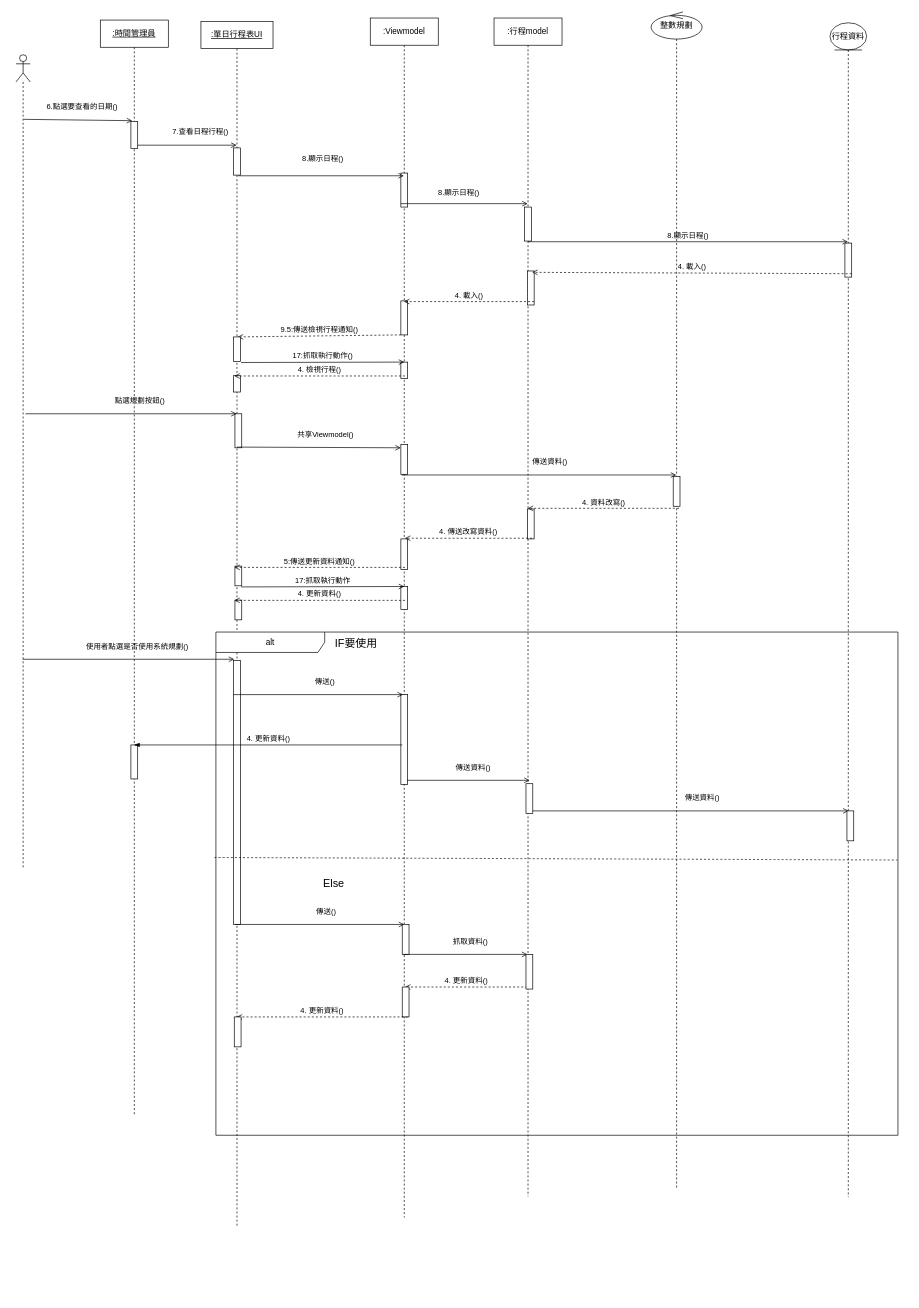
Above: page "循序圖-建立日程" (6 of 7) of 系統設計圖/使用個案圖20250226.drawio in Kevincheng0804/Graduation-Topic (draw.io), before the change. Source tidied: cells renumbered, new cells numbered last; positions are measured from the earlier drawing's top-left corner, leaving out a move shared by most shapes. Both pictures are drawn from the tidied source at 68%, with x=0, y=0 at pixel (16, 12).
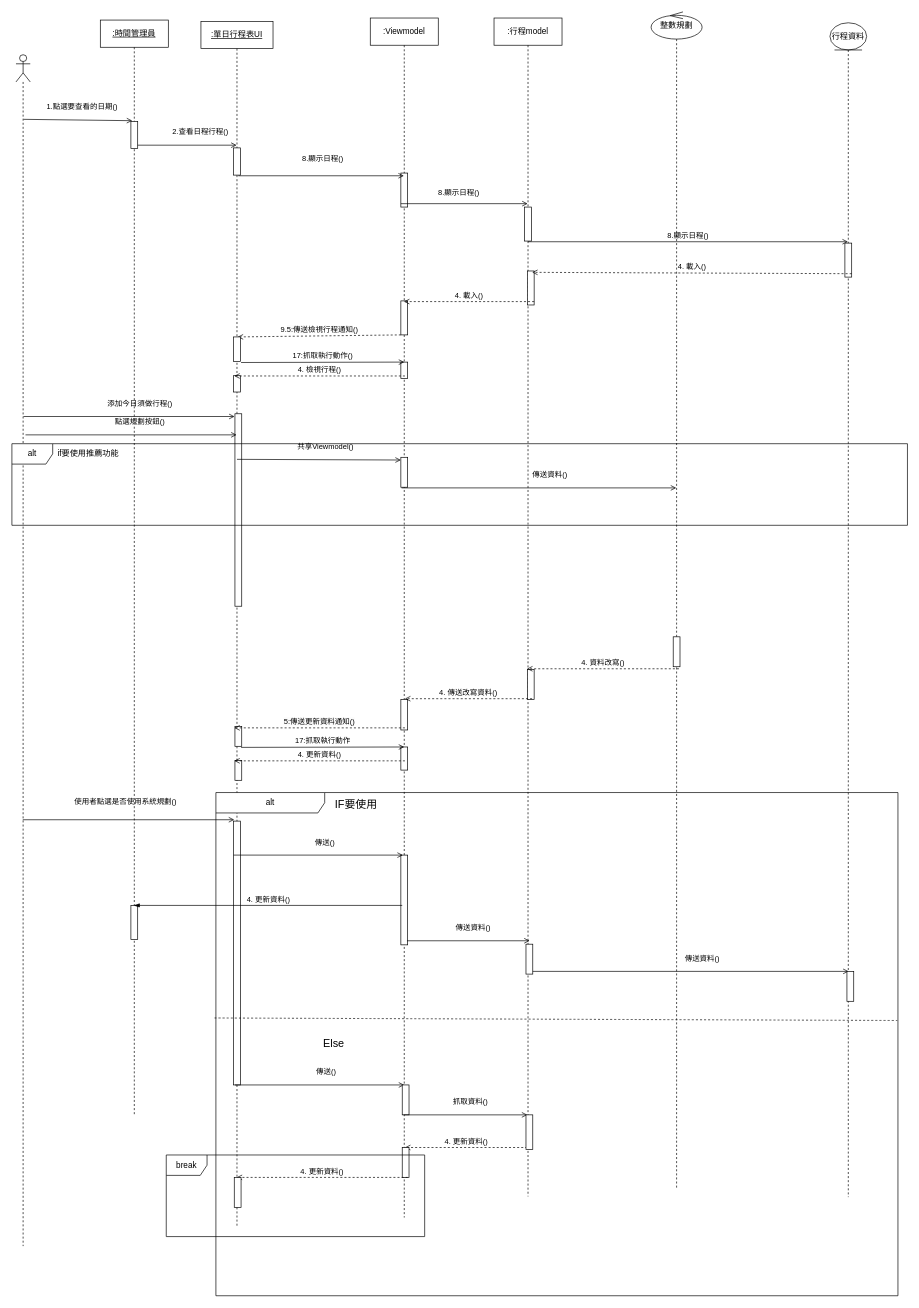
After the change.

The change refers to these unchanged cells:
```xml
<mxCell id="3" value="&lt;u&gt;:時間管理員&lt;/u&gt;" style="shape=umlLifeline;perimeter=lifelinePerimeter;whiteSpace=wrap;html=1;outlineConnect=0;portConstraint=eastwest;newEdgeStyle={&quot;curved&quot;:0,&quot;rounded&quot;:0};" parent="1" vertex="1">
  <mxGeometry x="124" y="12" width="100" height="1611" as="geometry" />
</mxCell>
<mxCell id="4" style="html=1;points=[[0,0,0,0,5],[0,1,0,0,-5],[1,0,0,0,5],[1,1,0,0,-5]];perimeter=orthogonalPerimeter;outlineConnect=0;targetShapes=umlLifeline;portConstraint=eastwest;newEdgeStyle={&quot;curved&quot;:0,&quot;rounded&quot;:0};fillColor=#FFFFFF;" parent="3" vertex="1">
  <mxGeometry x="45" y="149" width="10" height="40" as="geometry" />
</mxCell>
<mxCell id="6" value="&lt;u&gt;:單日行程表UI&lt;/u&gt;" style="shape=umlLifeline;perimeter=lifelinePerimeter;whiteSpace=wrap;html=1;outlineConnect=0;portConstraint=eastwest;newEdgeStyle={&quot;curved&quot;:0,&quot;rounded&quot;:0};" parent="1" vertex="1">
  <mxGeometry x="272" y="14" width="106" height="1774" as="geometry" />
</mxCell>
<mxCell id="15" value=":Viewmodel" style="shape=umlLifeline;perimeter=lifelinePerimeter;whiteSpace=wrap;html=1;outlineConnect=0;portConstraint=eastwest;newEdgeStyle={&quot;curved&quot;:0,&quot;rounded&quot;:0};" parent="1" vertex="1">
  <mxGeometry x="521" y="9" width="100" height="1764" as="geometry" />
</mxCell>
<mxCell id="27" value=":行程model" style="shape=umlLifeline;perimeter=lifelinePerimeter;whiteSpace=wrap;html=1;outlineConnect=0;portConstraint=eastwest;newEdgeStyle={&quot;curved&quot;:0,&quot;rounded&quot;:0};" parent="1" vertex="1">
  <mxGeometry x="703" y="9" width="100" height="1733" as="geometry" />
</mxCell>
<mxCell id="38" value="整數規劃" style="shape=umlLifeline;perimeter=lifelinePerimeter;whiteSpace=wrap;html=1;outlineConnect=0;portConstraint=eastwest;newEdgeStyle={&quot;curved&quot;:0,&quot;rounded&quot;:0};participant=umlControl;" parent="1" vertex="1">
  <mxGeometry x="934" width="75" height="1732" as="geometry" />
</mxCell>
```

The edit, as a diff of the source:
```diff
@@
     <mxCell id="2" style="shape=umlLifeline;perimeter=lifelinePerimeter;whiteSpace=wrap;html=1;newEdgeStyle={&quot;curved&quot;:0,&quot;rounded&quot;:0};participant=umlActor;" parent="1" vertex="1">
-      <mxGeometry y="63" width="21" height="1195" as="geometry" />
+      <mxGeometry y="63" width="21" height="1752" as="geometry" />
     </mxCell>
@@
     <mxCell id="5" style="html=1;perimeter=orthogonalPerimeter;targetShapes=umlLifeline;newEdgeStyle={&quot;curved&quot;:0,&quot;rounded&quot;:0};" parent="3" vertex="1">
-      <mxGeometry x="45" y="1066" width="10" height="50" as="geometry" />
+      <mxGeometry x="45" y="1302" width="10" height="50" as="geometry" />
     </mxCell>
@@
     <mxCell id="10" style="html=1;perimeter=orthogonalPerimeter;targetShapes=umlLifeline;newEdgeStyle={&quot;curved&quot;:0,&quot;rounded&quot;:0};" parent="6" vertex="1">
-      <mxGeometry x="50" y="577" width="10" height="50" as="geometry" />
+      <mxGeometry x="50" y="577" width="10" height="283" as="geometry" />
     </mxCell>
     <mxCell id="11" style="html=1;perimeter=orthogonalPerimeter;targetShapes=umlLifeline;newEdgeStyle={&quot;curved&quot;:0,&quot;rounded&quot;:0};" parent="6" vertex="1">
-      <mxGeometry x="48" y="940" width="10" height="388" as="geometry" />
+      <mxGeometry x="48" y="1176" width="10" height="388" as="geometry" />
     </mxCell>
     <mxCell id="12" style="html=1;perimeter=orthogonalPerimeter;targetShapes=umlLifeline;newEdgeStyle={&quot;curved&quot;:0,&quot;rounded&quot;:0};" parent="6" vertex="1">
-      <mxGeometry x="50" y="801" width="10" height="29" as="geometry" />
+      <mxGeometry x="50" y="1037" width="10" height="29" as="geometry" />
     </mxCell>
     <mxCell id="13" style="html=1;perimeter=orthogonalPerimeter;targetShapes=umlLifeline;newEdgeStyle={&quot;curved&quot;:0,&quot;rounded&quot;:0};" parent="6" vertex="1">
-      <mxGeometry x="50" y="851" width="10" height="29" as="geometry" />
+      <mxGeometry x="50" y="1087" width="10" height="29" as="geometry" />
     </mxCell>
@@
     <mxCell id="18" style="html=1;points=[[0,0,0,0,5],[0,1,0,0,-5],[1,0,0,0,5],[1,1,0,0,-5]];perimeter=orthogonalPerimeter;outlineConnect=0;targetShapes=umlLifeline;portConstraint=eastwest;newEdgeStyle={&quot;curved&quot;:0,&quot;rounded&quot;:0};" parent="15" vertex="1">
-      <mxGeometry x="45" y="627" width="10" height="44" as="geometry" />
+      <mxGeometry x="45" y="646" width="10" height="44" as="geometry" />
     </mxCell>
     <mxCell id="19" style="html=1;perimeter=orthogonalPerimeter;targetShapes=umlLifeline;newEdgeStyle={&quot;curved&quot;:0,&quot;rounded&quot;:0};" parent="15" vertex="1">
-      <mxGeometry x="45" y="836" width="10" height="34" as="geometry" />
+      <mxGeometry x="45" y="1072" width="10" height="34" as="geometry" />
     </mxCell>
     <mxCell id="20" style="html=1;perimeter=orthogonalPerimeter;targetShapes=umlLifeline;newEdgeStyle={&quot;curved&quot;:0,&quot;rounded&quot;:0};" parent="15" vertex="1">
-      <mxGeometry x="45" y="995" width="10" height="132" as="geometry" />
+      <mxGeometry x="45" y="1231" width="10" height="132" as="geometry" />
     </mxCell>
     <mxCell id="21" style="html=1;perimeter=orthogonalPerimeter;targetShapes=umlLifeline;newEdgeStyle={&quot;curved&quot;:0,&quot;rounded&quot;:0};" parent="15" vertex="1">
-      <mxGeometry x="45" y="766" width="10" height="45" as="geometry" />
+      <mxGeometry x="45" y="1002" width="10" height="45" as="geometry" />
     </mxCell>
@@
-    <mxCell id="23" value="6.點選要查看的日期()" style="html=1;verticalAlign=bottom;labelBackgroundColor=none;endArrow=open;endFill=0;rounded=0;" parent="1" edge="1">
+    <mxCell id="23" value="1.點選要查看的日期()" style="html=1;verticalAlign=bottom;labelBackgroundColor=none;endArrow=open;endFill=0;rounded=0;" parent="1" edge="1">
       <mxGeometry x="0.08" y="10" relative="1" as="geometry">
         <mxPoint x="11" y="158" as="sourcePoint" />
         <mxPoint x="171" y="160" as="targetPoint" />
       </mxGeometry>
     </mxCell>
-    <mxCell id="24" value="7.查看日程行程()" style="html=1;verticalAlign=bottom;labelBackgroundColor=none;endArrow=open;endFill=0;rounded=0;exitX=1;exitY=1;exitDx=0;exitDy=-5;exitPerimeter=0;" parent="1" edge="1" source="4" target="6">
+    <mxCell id="24" value="2.查看日程行程()" style="html=1;verticalAlign=bottom;labelBackgroundColor=none;endArrow=open;endFill=0;rounded=0;exitX=1;exitY=1;exitDx=0;exitDy=-5;exitPerimeter=0;" parent="1" edge="1" source="4" target="6">
       <mxGeometry x="0.26" y="11" relative="1" as="geometry" />
     </mxCell>
@@
     <mxCell id="30" style="html=1;perimeter=orthogonalPerimeter;targetShapes=umlLifeline;newEdgeStyle={&quot;curved&quot;:0,&quot;rounded&quot;:0};" parent="27" vertex="1">
-      <mxGeometry x="49" y="722" width="10" height="44" as="geometry" />
+      <mxGeometry x="49" y="958" width="10" height="44" as="geometry" />
     </mxCell>
@@
-    <mxCell id="35" value="點選規劃按鈕()" style="html=1;verticalAlign=bottom;labelBackgroundColor=none;endArrow=open;endFill=0;rounded=0;" parent="1" edge="1" target="6">
+    <mxCell id="35" value="點選規劃按鈕()" style="html=1;verticalAlign=bottom;labelBackgroundColor=none;endArrow=open;endFill=0;rounded=0;" parent="1" edge="1">
       <mxGeometry x="0.08" y="10" relative="1" as="geometry">
-        <mxPoint x="14" y="591" as="sourcePoint" />
+        <mxPoint x="14" y="622" as="sourcePoint" />
+        <mxPoint x="324.5" y="622" as="targetPoint" />
       </mxGeometry>
     </mxCell>
-    <mxCell id="36" value="共享Viewmodel()" style="html=1;verticalAlign=bottom;labelBackgroundColor=none;endArrow=open;endFill=0;rounded=0;entryX=0;entryY=0;entryDx=0;entryDy=5;entryPerimeter=0;" parent="1" edge="1" target="18">
+    <mxCell id="36" value="共享Viewmodel()" style="html=1;verticalAlign=bottom;labelBackgroundColor=none;endArrow=open;endFill=0;rounded=0;entryX=0;entryY=0;entryDx=0;entryDy=5;entryPerimeter=0;" parent="1" edge="1">
       <mxGeometry x="0.08" y="10" relative="1" as="geometry">
-        <mxPoint x="325" y="640" as="sourcePoint" />
+        <mxPoint x="325" y="658" as="sourcePoint" />
+        <mxPoint x="566" y="659" as="targetPoint" />
       </mxGeometry>
     </mxCell>
@@
     <mxCell id="39" style="html=1;perimeter=orthogonalPerimeter;targetShapes=umlLifeline;newEdgeStyle={&quot;curved&quot;:0,&quot;rounded&quot;:0};" parent="38" vertex="1">
-      <mxGeometry x="32.5" y="683" width="10" height="44" as="geometry" />
+      <mxGeometry x="32.5" y="919" width="10" height="44" as="geometry" />
     </mxCell>
-    <mxCell id="40" value="傳送資料()" style="html=1;verticalAlign=bottom;labelBackgroundColor=none;endArrow=open;endFill=0;rounded=0;" parent="1" edge="1" target="38">
+    <mxCell id="40" value="傳送資料()" style="html=1;verticalAlign=bottom;labelBackgroundColor=none;endArrow=open;endFill=0;rounded=0;" parent="1" edge="1">
       <mxGeometry x="0.08" y="10" relative="1" as="geometry">
-        <mxPoint x="567" y="681" as="sourcePoint" />
+        <mxPoint x="567" y="700" as="sourcePoint" />
+        <mxPoint x="971" y="700" as="targetPoint" />
       </mxGeometry>
     </mxCell>
-    <mxCell id="41" value="4. 資料改寫&lt;span style=&quot;background-color: initial;&quot;&gt;(&lt;/span&gt;&lt;span style=&quot;background-color: initial;&quot;&gt;)&lt;/span&gt;" style="html=1;verticalAlign=bottom;labelBackgroundColor=none;endArrow=open;endFill=0;dashed=1;rounded=0;exitX=1;exitY=1;exitDx=0;exitDy=-5;exitPerimeter=0;" parent="1" edge="1" target="27">
+    <mxCell id="41" value="4. 資料改寫&lt;span style=&quot;background-color: initial;&quot;&gt;(&lt;/span&gt;&lt;span style=&quot;background-color: initial;&quot;&gt;)&lt;/span&gt;" style="html=1;verticalAlign=bottom;labelBackgroundColor=none;endArrow=open;endFill=0;dashed=1;rounded=0;exitX=1;exitY=1;exitDx=0;exitDy=-5;exitPerimeter=0;" parent="1" edge="1">
       <mxGeometry relative="1" as="geometry">
-        <mxPoint x="975" y="730" as="sourcePoint" />
+        <mxPoint x="975" y="966" as="sourcePoint" />
+        <mxPoint x="751.5" y="966" as="targetPoint" />
       </mxGeometry>
     </mxCell>
     <mxCell id="42" value="4. 傳送改寫資料&lt;span style=&quot;background-color: initial;&quot;&gt;(&lt;/span&gt;&lt;span style=&quot;background-color: initial;&quot;&gt;)&lt;/span&gt;" style="html=1;verticalAlign=bottom;labelBackgroundColor=none;endArrow=open;endFill=0;dashed=1;rounded=0;exitX=1;exitY=1;exitDx=0;exitDy=-5;exitPerimeter=0;" parent="1" edge="1">
       <mxGeometry relative="1" as="geometry">
-        <mxPoint x="759" y="774" as="sourcePoint" />
-        <mxPoint x="572" y="774" as="targetPoint" />
+        <mxPoint x="759" y="1010" as="sourcePoint" />
+        <mxPoint x="572" y="1010" as="targetPoint" />
       </mxGeometry>
     </mxCell>
     <mxCell id="43" value="使用者點選是否使用系統規劃()" style="html=1;verticalAlign=bottom;labelBackgroundColor=none;endArrow=open;endFill=0;rounded=0;" parent="1" edge="1">
-      <mxGeometry x="0.08" y="10" relative="1" as="geometry">
-        <mxPoint x="10" y="952" as="sourcePoint" />
-        <mxPoint x="321" y="952" as="targetPoint" />
+      <mxGeometry x="-0.03" y="17" relative="1" as="geometry">
+        <mxPoint x="10" y="1188" as="sourcePoint" />
+        <mxPoint x="321" y="1188" as="targetPoint" />
       </mxGeometry>
     </mxCell>
     <mxCell id="44" value="alt" style="shape=umlFrame;whiteSpace=wrap;html=1;width=160;" parent="1" vertex="1">
-      <mxGeometry x="294" y="912" width="1003" height="740" as="geometry" />
+      <mxGeometry x="294" y="1148" width="1003" height="740" as="geometry" />
     </mxCell>
@@
     <mxCell id="59" value="IF要使用" style="text;html=1;align=center;verticalAlign=middle;strokeColor=none;fillColor=none;fontSize=16;" parent="1" vertex="1">
-      <mxGeometry x="459.5" y="913.5" width="80" height="31" as="geometry" />
+      <mxGeometry x="459.5" y="1149.5" width="80" height="31" as="geometry" />
     </mxCell>
     <mxCell id="60" value="4. 更新資料&lt;span style=&quot;background-color: initial;&quot;&gt;(&lt;/span&gt;&lt;span style=&quot;background-color: initial;&quot;&gt;)&lt;/span&gt;" style="html=1;verticalAlign=bottom;labelBackgroundColor=none;endArrow=open;endFill=0;rounded=0;exitX=1;exitY=1;exitDx=0;exitDy=-5;exitPerimeter=0;startArrow=none;startFill=0;dashed=1;" parent="1" edge="1">
       <mxGeometry relative="1" as="geometry">
-        <mxPoint x="572" y="865.4" as="sourcePoint" />
-        <mxPoint x="321" y="865.4" as="targetPoint" />
+        <mxPoint x="572" y="1101.4" as="sourcePoint" />
+        <mxPoint x="321" y="1101.4" as="targetPoint" />
       </mxGeometry>
     </mxCell>
@@
     <mxCell id="62" value="Else" style="text;html=1;align=center;verticalAlign=middle;strokeColor=none;fillColor=none;fontSize=16;" parent="1" vertex="1">
-      <mxGeometry x="442.5" y="1265.5" width="49" height="31" as="geometry" />
+      <mxGeometry x="442.5" y="1501.5" width="49" height="31" as="geometry" />
     </mxCell>
     <mxCell id="63" value="17:抓取執行動作" style="html=1;verticalAlign=bottom;labelBackgroundColor=none;endArrow=open;endFill=0;rounded=0;exitX=1;exitY=1;exitDx=0;exitDy=-5;exitPerimeter=0;" parent="1" edge="1">
       <mxGeometry relative="1" as="geometry">
-        <mxPoint x="331" y="845.6" as="sourcePoint" />
-        <mxPoint x="571" y="845" as="targetPoint" />
+        <mxPoint x="331" y="1081.6" as="sourcePoint" />
+        <mxPoint x="571" y="1081" as="targetPoint" />
       </mxGeometry>
     </mxCell>
     <mxCell id="64" value="&lt;span style=&quot;background-color: rgb(251, 251, 251);&quot;&gt;5:傳送更新資料通知()&lt;/span&gt;" style="html=1;verticalAlign=bottom;labelBackgroundColor=none;endArrow=open;endFill=0;rounded=0;exitX=1;exitY=1;exitDx=0;exitDy=-5;exitPerimeter=0;startArrow=none;startFill=0;dashed=1;" parent="1" edge="1">
       <mxGeometry relative="1" as="geometry">
-        <mxPoint x="572" y="816.9" as="sourcePoint" />
-        <mxPoint x="321" y="816.9" as="targetPoint" />
+        <mxPoint x="572" y="1052.9" as="sourcePoint" />
+        <mxPoint x="321" y="1052.9" as="targetPoint" />
       </mxGeometry>
     </mxCell>
@@
+    <mxCell id="67" value="break" style="shape=umlFrame;whiteSpace=wrap;html=1;" parent="1" vertex="1">
+      <mxGeometry x="221" y="1681" width="380" height="120" as="geometry" />
+    </mxCell>
+    <mxCell id="68" value="alt" style="shape=umlFrame;whiteSpace=wrap;html=1;" parent="1" vertex="1">
+      <mxGeometry x="-6" y="635" width="1317" height="120" as="geometry" />
+    </mxCell>
+    <mxCell id="69" value="if要使用推薦功能" style="text;html=1;align=center;verticalAlign=middle;strokeColor=none;fillColor=none;" parent="1" vertex="1">
+      <mxGeometry x="51" y="635" width="110" height="30" as="geometry" />
+    </mxCell>
+    <mxCell id="70" value="添加今日須做行程()" style="html=1;verticalAlign=bottom;labelBackgroundColor=none;endArrow=open;endFill=0;rounded=0;" parent="1" edge="1">
+      <mxGeometry x="0.1" y="10" relative="1" as="geometry">
+        <mxPoint x="11" y="595" as="sourcePoint" />
+        <mxPoint x="321.5" y="595" as="targetPoint" />
+      </mxGeometry>
+    </mxCell>
```
